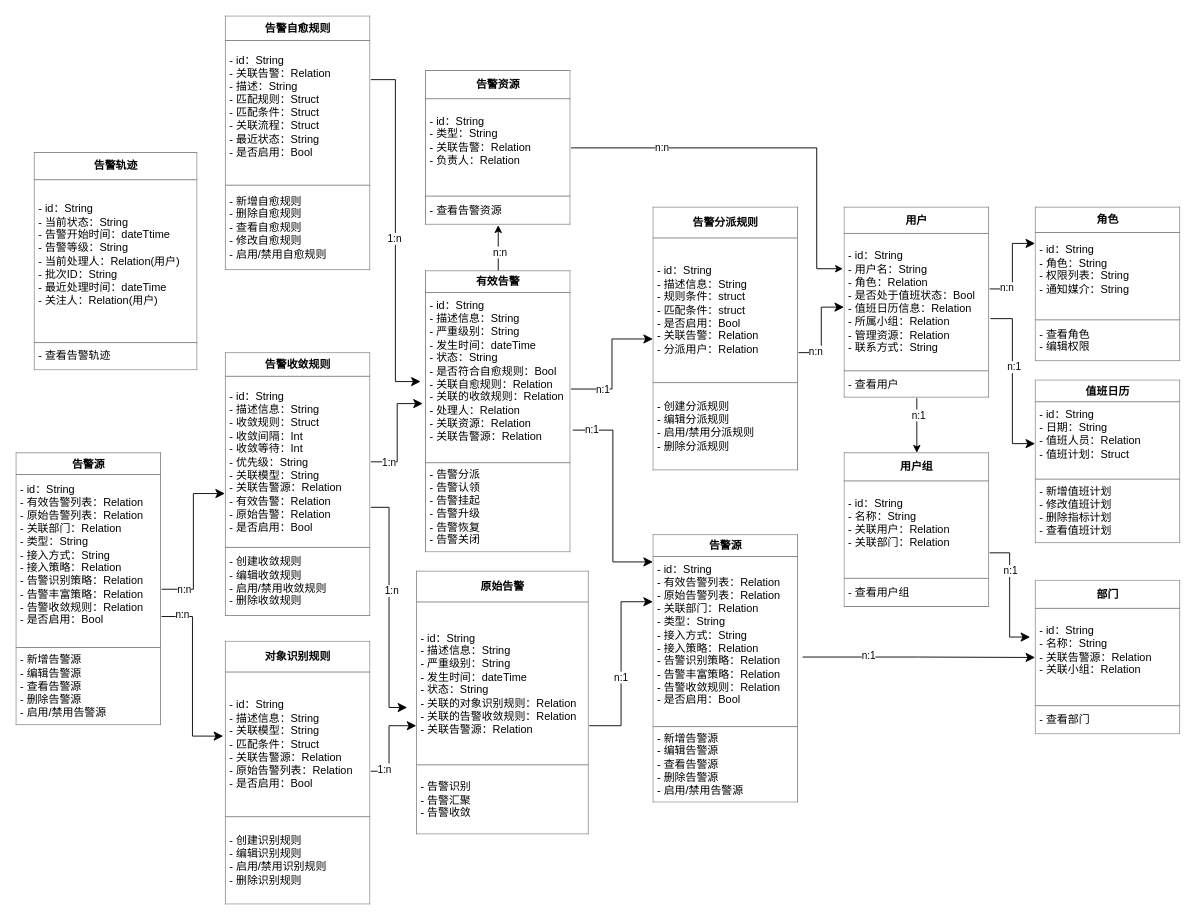
Above: 领域模型.drawio in jaywin2u/practices (draw.io), before the change. Source tidied: cells renumbered, new cells numbered last; positions are measured from the earlier drawing's top-left corner, leaving out a move shared by most shapes. Both pictures are drawn from the tidied source at 91%, with x=0, y=0 at pixel (15, 15).
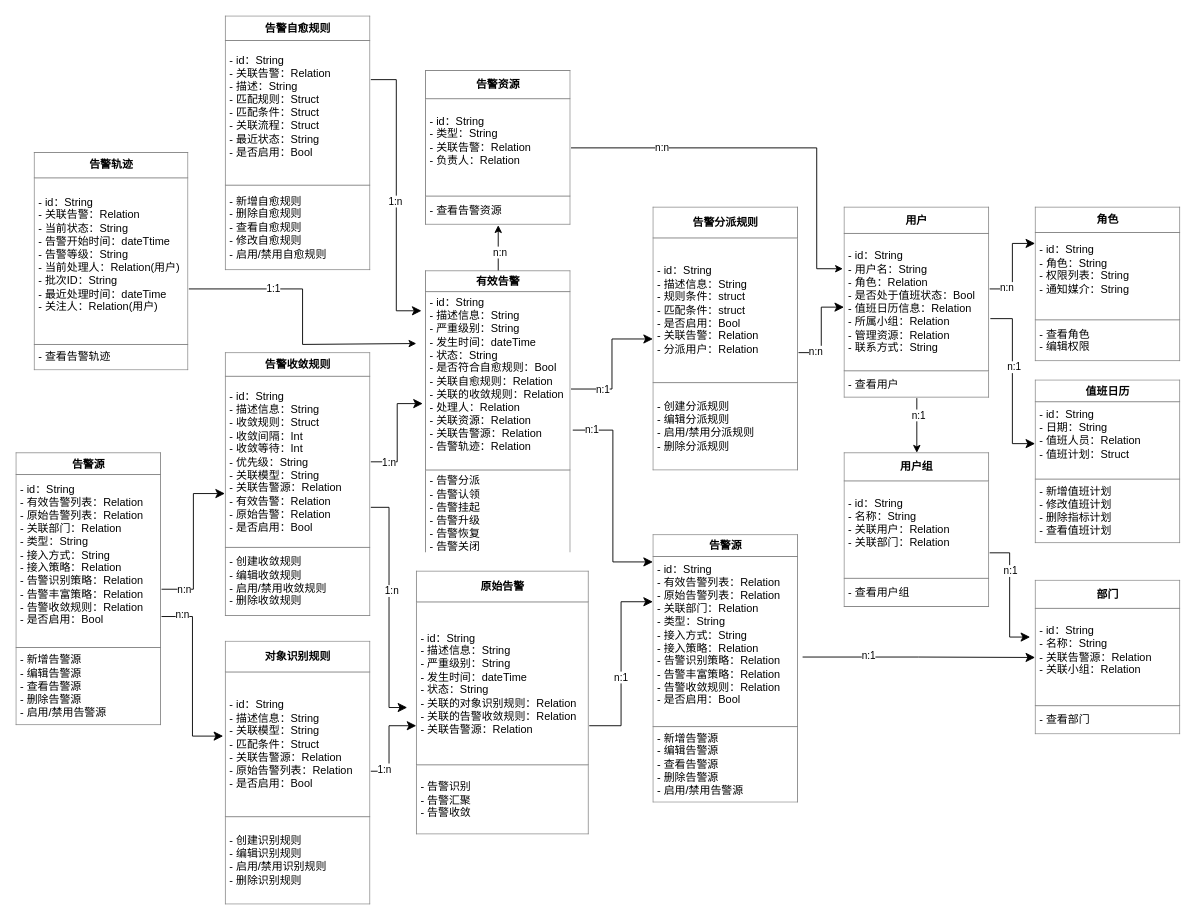
The same page after the edit.

Commit message:
更新领域模型.drawio

What changed in the source:
```diff
@@
-    <mxCell id="4" value="&lt;table border=&quot;1&quot; width=&quot;100%&quot; height=&quot;100%&quot; cellpadding=&quot;4&quot; style=&quot;width:100%;height:100%;border-collapse:collapse;&quot;&gt;&lt;tbody&gt;&lt;tr&gt;&lt;th align=&quot;center&quot;&gt;有效告警&lt;/th&gt;&lt;/tr&gt;&lt;tr&gt;&lt;td&gt;- id：String&lt;br&gt;- 描述信息：String&lt;br&gt;- 严重级别：String&lt;br&gt;- 发生时间：dateTime&lt;br&gt;- 状态：String&lt;br&gt;- 是否符合自愈规则：Bool&lt;br&gt;- 关联自愈规则：Relation&lt;br&gt;- 关联的收敛规则：Relation&lt;br&gt;- 处理人：Relation&lt;br&gt;- 关联资源：Relation&lt;br&gt;- 关联告警源：Relation&lt;br&gt;&lt;br&gt;&lt;/td&gt;&lt;/tr&gt;&lt;tr&gt;&lt;td&gt;- 告警分派&lt;br&gt;- 告警认领&lt;br&gt;- 告警挂起&lt;br&gt;- 告警升级&lt;br&gt;- 告警恢复&lt;br&gt;- 告警关闭&lt;/td&gt;&lt;/tr&gt;&lt;/tbody&gt;&lt;/table&gt;" style="text;html=1;whiteSpace=wrap;strokeColor=none;fillColor=none;overflow=fill;" parent="1" vertex="1">
+    <mxCell id="4" value="&lt;table border=&quot;1&quot; width=&quot;100%&quot; height=&quot;100%&quot; cellpadding=&quot;4&quot; style=&quot;width:100%;height:100%;border-collapse:collapse;&quot;&gt;&lt;tbody&gt;&lt;tr&gt;&lt;th align=&quot;center&quot;&gt;有效告警&lt;/th&gt;&lt;/tr&gt;&lt;tr&gt;&lt;td&gt;- id：String&lt;br&gt;- 描述信息：String&lt;br&gt;- 严重级别：String&lt;br&gt;- 发生时间：dateTime&lt;br&gt;- 状态：String&lt;br&gt;- 是否符合自愈规则：Bool&lt;br&gt;- 关联自愈规则：Relation&lt;br&gt;- 关联的收敛规则：Relation&lt;br&gt;- 处理人：Relation&lt;br&gt;- 关联资源：Relation&lt;br&gt;- 关联告警源：Relation&lt;br&gt;- 告警轨迹：Relation&lt;br&gt;&lt;br&gt;&lt;/td&gt;&lt;/tr&gt;&lt;tr&gt;&lt;td&gt;- 告警分派&lt;br&gt;- 告警认领&lt;br&gt;- 告警挂起&lt;br&gt;- 告警升级&lt;br&gt;- 告警恢复&lt;br&gt;- 告警关闭&lt;/td&gt;&lt;/tr&gt;&lt;/tbody&gt;&lt;/table&gt;" style="text;html=1;whiteSpace=wrap;strokeColor=none;fillColor=none;overflow=fill;" parent="1" vertex="1">
       <mxGeometry x="450" y="280" width="160" height="310" as="geometry" />
     </mxCell>
@@
-    <mxCell id="48" style="edgeStyle=elbowEdgeStyle;elbow=horizontal;endArrow=classic;html=1;curved=0;rounded=0;endSize=8;startSize=8;entryX=-0.033;entryY=0.393;entryDx=0;entryDy=0;entryPerimeter=0;" parent="1" edge="1" target="4">
+    <mxCell id="48" style="edgeStyle=elbowEdgeStyle;elbow=horizontal;endArrow=classic;html=1;curved=0;rounded=0;endSize=8;startSize=8;entryX=-0.027;entryY=0.142;entryDx=0;entryDy=0;entryPerimeter=0;" parent="1" edge="1" target="4">
       <mxGeometry relative="1" as="geometry">
         <mxPoint x="390" y="70" as="sourcePoint" />
       </mxGeometry>
     </mxCell>
@@
+    <mxCell id="51" style="edgeStyle=orthogonalEdgeStyle;rounded=0;jettySize=auto;html=1;" parent="1" edge="1" source="50">
+      <mxGeometry relative="1" as="geometry">
+        <mxPoint x="440" y="360" as="targetPoint" />
+        <Array as="points">
+          <mxPoint x="315" y="300" />
+          <mxPoint x="315" y="361" />
+          <mxPoint x="440" y="361" />
+        </Array>
+      </mxGeometry>
+    </mxCell>
+    <mxCell id="52" value="1:1" style="edgeLabel;html=1;align=center;verticalAlign=middle;" parent="51" vertex="1">
+      <mxGeometry x="-0.41" y="1" relative="1" as="geometry" />
+    </mxCell>
-    <mxCell id="50" value="&lt;table border=&quot;1&quot; width=&quot;100%&quot; height=&quot;100%&quot; cellpadding=&quot;4&quot; style=&quot;width:100%;height:100%;border-collapse:collapse;&quot;&gt;&lt;tbody&gt;&lt;tr&gt;&lt;th align=&quot;center&quot;&gt;告警轨迹&lt;/th&gt;&lt;/tr&gt;&lt;tr&gt;&lt;td&gt;- id：String&lt;br&gt;- 当前状态：String&lt;br&gt;- 告警开始时间：dateTtime&lt;br&gt;- 告警等级：String&lt;br&gt;- 当前处理人：Relation(用户)&lt;br&gt;- 批次ID：String&lt;br&gt;- 最近处理时间：dateTime&lt;br&gt;- 关注人：Relation(用户)&lt;br&gt;&lt;br&gt;&lt;/td&gt;&lt;/tr&gt;&lt;tr&gt;&lt;td&gt;- 查看告警轨迹&lt;/td&gt;&lt;/tr&gt;&lt;/tbody&gt;&lt;/table&gt;" style="text;html=1;whiteSpace=wrap;strokeColor=none;fillColor=none;overflow=fill;" parent="1" vertex="1">
-      <mxGeometry x="20" y="150" width="180" height="240" as="geometry" />
+    <mxCell id="50" value="&lt;table border=&quot;1&quot; width=&quot;100%&quot; height=&quot;100%&quot; cellpadding=&quot;4&quot; style=&quot;width:100%;height:100%;border-collapse:collapse;&quot;&gt;&lt;tbody&gt;&lt;tr&gt;&lt;th align=&quot;center&quot;&gt;告警轨迹&lt;/th&gt;&lt;/tr&gt;&lt;tr&gt;&lt;td&gt;- id：String&lt;br&gt;- 关联告警：Relation&lt;br&gt;- 当前状态：String&lt;br&gt;- 告警开始时间：dateTtime&lt;br&gt;- 告警等级：String&lt;br&gt;- 当前处理人：Relation(用户)&lt;br&gt;- 批次ID：String&lt;br&gt;- 最近处理时间：dateTime&lt;br&gt;- 关注人：Relation(用户)&lt;br&gt;&lt;br&gt;&lt;/td&gt;&lt;/tr&gt;&lt;tr&gt;&lt;td&gt;- 查看告警轨迹&lt;/td&gt;&lt;/tr&gt;&lt;/tbody&gt;&lt;/table&gt;" style="text;html=1;whiteSpace=wrap;strokeColor=none;fillColor=none;overflow=fill;" parent="1" vertex="1">
+      <mxGeometry x="20" y="150" width="170" height="240" as="geometry" />
     </mxCell>
```
